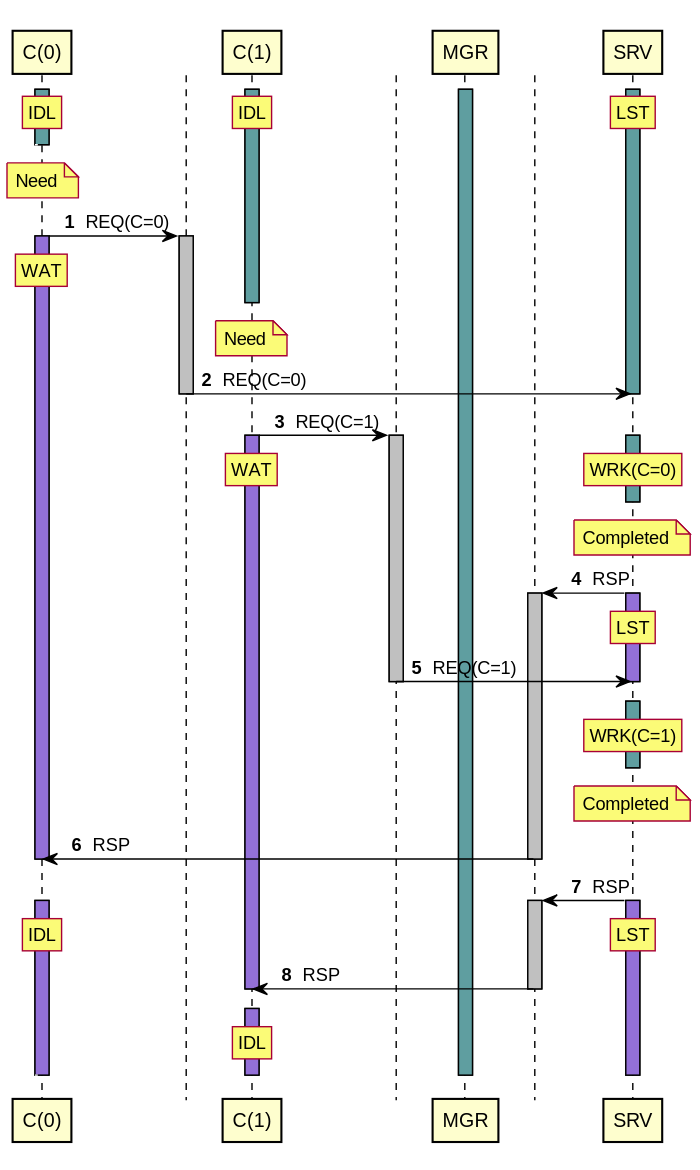
Before: tests/expected/test_managed_clients_server/sequence.svg, a diagram exported from PlantUML (orenbenkiki/total-space).
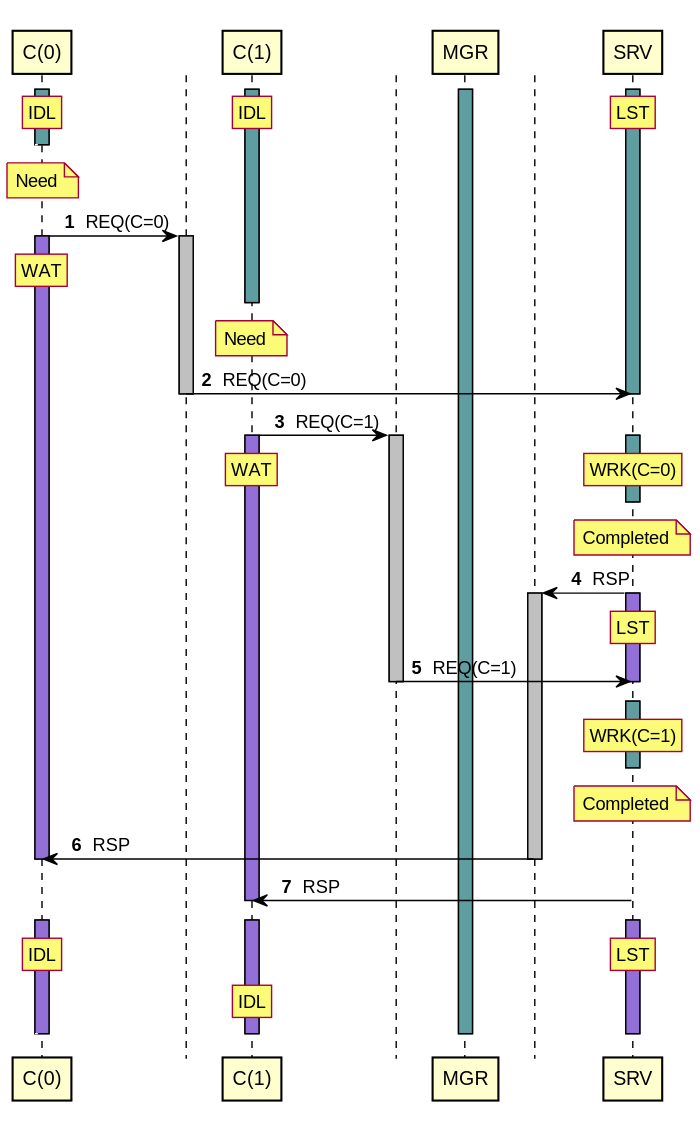
Above is the later version.

Commit message:
Improve sequence diagrams.

What changed in the source:
```diff
@@ -72,18 +72,15 @@
 T2 -> A0 : RSP
 deactivate T2
 deactivate A0
-A3 -> T2 : RSP
-activate T2 #Silver
+A3 -> A1 : RSP
+deactivate A1
+autonumber stop
+[<[#White]-- A0
+autonumber resume
 activate A3 #MediumPurple
 activate A0 #MediumPurple
 rnote over A3 : LST
 / rnote over A0 : IDL
-T2 -> A1 : RSP
-deactivate T2
-deactivate A1
-autonumber stop
-[<[#White]-- A0
-autonumber resume
 activate A1 #MediumPurple
 rnote over A1 : IDL
 autonumber stop
```
